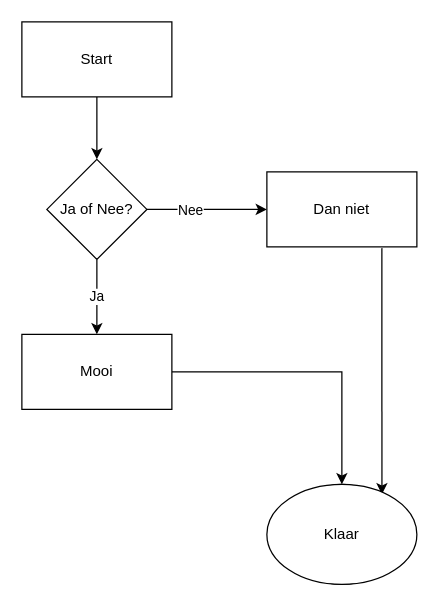
Before: Untitled Diagram.drawio in Rolograaf/atom-shortcuts-cheat-sheet, a draw.io diagram. Source tidied: cells renumbered, new cells numbered last; positions are measured from the earlier drawing's top-left corner, leaving out a move shared by most shapes. Both pictures are drawn from the tidied source at 125%, with x=0, y=0 at pixel (21, 21).
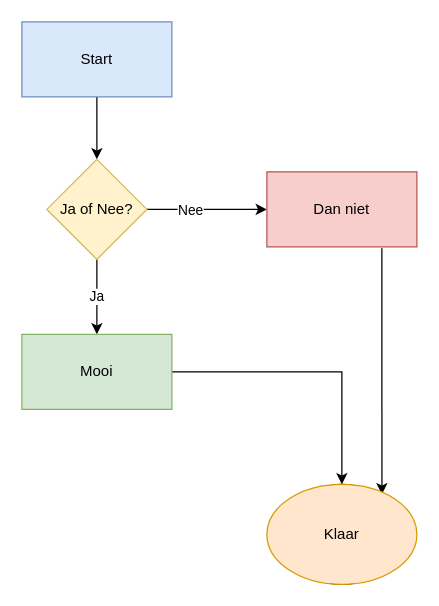
The same page after the edit.

The edit, as a diff of the source:
```diff
@@
 <mxGraphModel>
   <root>
     <mxCell id="0" />
     <mxCell id="1" parent="0" />
     <mxCell id="2" style="edgeStyle=orthogonalEdgeStyle;rounded=0;jettySize=auto;html=1;" parent="1" edge="1" source="3" target="7">
       <mxGeometry relative="1" as="geometry" />
     </mxCell>
-    <mxCell id="3" value="Start" style="rounded=0;whiteSpace=wrap;html=1;" parent="1" vertex="1">
+    <mxCell id="3" value="Start" style="rounded=0;whiteSpace=wrap;html=1;fillColor=#dae8fc;strokeColor=#6c8ebf;" parent="1" vertex="1">
       <mxGeometry width="120" height="60" as="geometry" />
     </mxCell>
     <mxCell id="4" style="edgeStyle=orthogonalEdgeStyle;rounded=0;jettySize=auto;html=1;" parent="1" edge="1" source="7" target="10">
       <mxGeometry relative="1" as="geometry" />
     </mxCell>
     <mxCell id="5" value="Nee" style="edgeLabel;html=1;align=center;verticalAlign=middle;" parent="4" vertex="1">
       <mxGeometry x="-0.29" relative="1" as="geometry" />
     </mxCell>
     <mxCell id="6" value="Ja" style="edgeStyle=orthogonalEdgeStyle;rounded=0;jettySize=auto;html=1;" parent="1" edge="1" source="7" target="9">
       <mxGeometry relative="1" as="geometry">
         <Array as="points">
           <mxPoint x="60" y="220" />
           <mxPoint x="60" y="220" />
         </Array>
       </mxGeometry>
     </mxCell>
-    <mxCell id="7" value="Ja of Nee?" style="rhombus;whiteSpace=wrap;html=1;" parent="1" vertex="1">
+    <mxCell id="7" value="Ja of Nee?" style="rhombus;whiteSpace=wrap;html=1;fillColor=#fff2cc;strokeColor=#d6b656;" parent="1" vertex="1">
       <mxGeometry x="20" y="110" width="80" height="80" as="geometry" />
     </mxCell>
     <mxCell id="8" style="edgeStyle=orthogonalEdgeStyle;rounded=0;jettySize=auto;html=1;" parent="1" edge="1" source="9" target="13">
       <mxGeometry relative="1" as="geometry" />
     </mxCell>
-    <mxCell id="9" value="Mooi" style="rounded=0;whiteSpace=wrap;html=1;" parent="1" vertex="1">
+    <mxCell id="9" value="Mooi" style="rounded=0;whiteSpace=wrap;html=1;fillColor=#d5e8d4;strokeColor=#82b366;" parent="1" vertex="1">
       <mxGeometry y="250" width="120" height="60" as="geometry" />
     </mxCell>
-    <mxCell id="10" value="Dan niet" style="rounded=0;whiteSpace=wrap;html=1;" parent="1" vertex="1">
+    <mxCell id="10" value="Dan niet" style="rounded=0;whiteSpace=wrap;html=1;fillColor=#f8cecc;strokeColor=#b85450;" parent="1" vertex="1">
       <mxGeometry x="196" y="120" width="120" height="60" as="geometry" />
     </mxCell>
     <mxCell id="11" style="endArrow=classic;html=1;entryX=0.767;entryY=0.1;entryDx=0;entryDy=0;entryPerimeter=0;" parent="1" edge="1" target="13">
       <mxGeometry relative="1" as="geometry">
         <mxPoint x="288" y="181" as="sourcePoint" />
       </mxGeometry>
     </mxCell>
     <mxCell id="12" style="ellipse;whiteSpace=wrap;html=1;" parent="1" vertex="1">
       <mxGeometry x="216" y="370" width="80" height="80" as="geometry" />
     </mxCell>
-    <mxCell id="13" value="Klaar" style="ellipse;whiteSpace=wrap;html=1;rounded=0;" parent="1" vertex="1">
+    <mxCell id="13" value="Klaar" style="ellipse;whiteSpace=wrap;html=1;rounded=0;fillColor=#ffe6cc;strokeColor=#d79b00;" parent="1" vertex="1">
       <mxGeometry x="196" y="370" width="120" height="80" as="geometry" />
     </mxCell>
   </root>
 </mxGraphModel>
```
